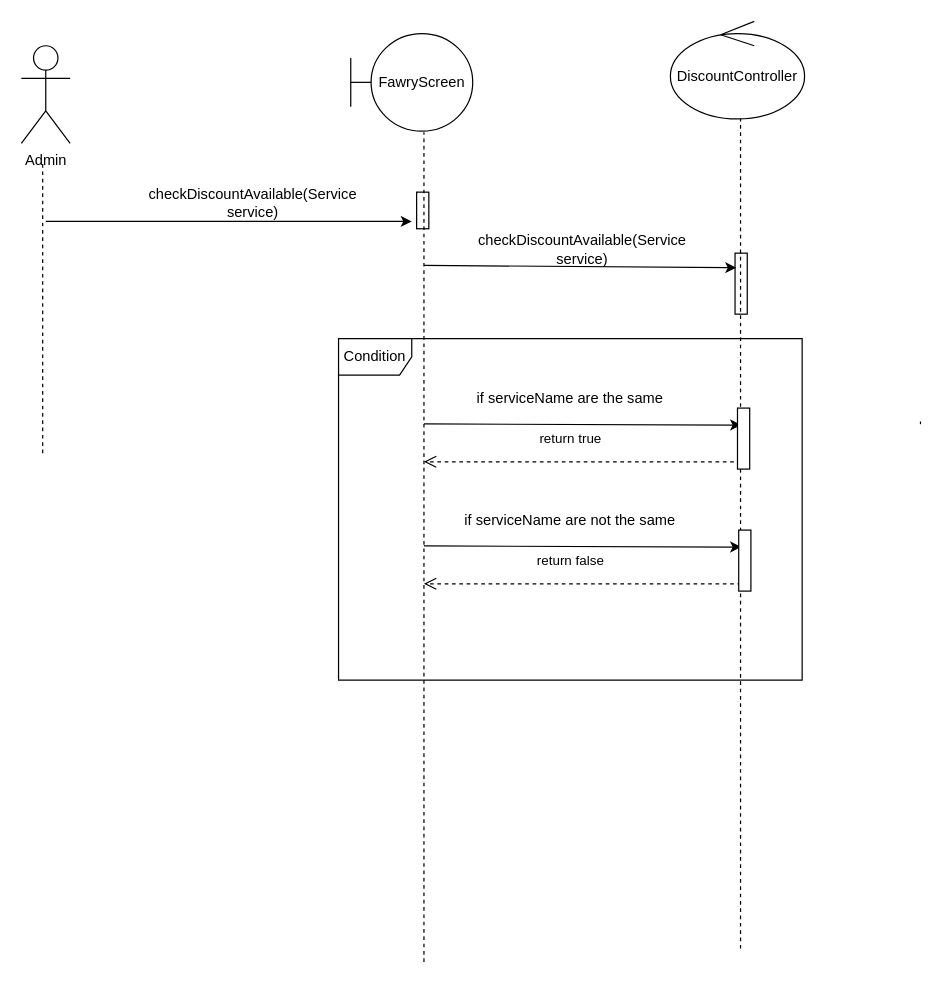
hazemadelkhalel/Fawry-System keeps this draw.io diagram as Design System/CheckDiscountsSequenceDiagram.drawio. Above is the earlier version. Source tidied: cells renumbered, new cells numbered last; positions are measured from the earlier drawing's top-left corner, leaving out a move shared by most shapes. Both pictures are drawn from the tidied source at 122%, with x=0, y=0 at pixel (21, 21).
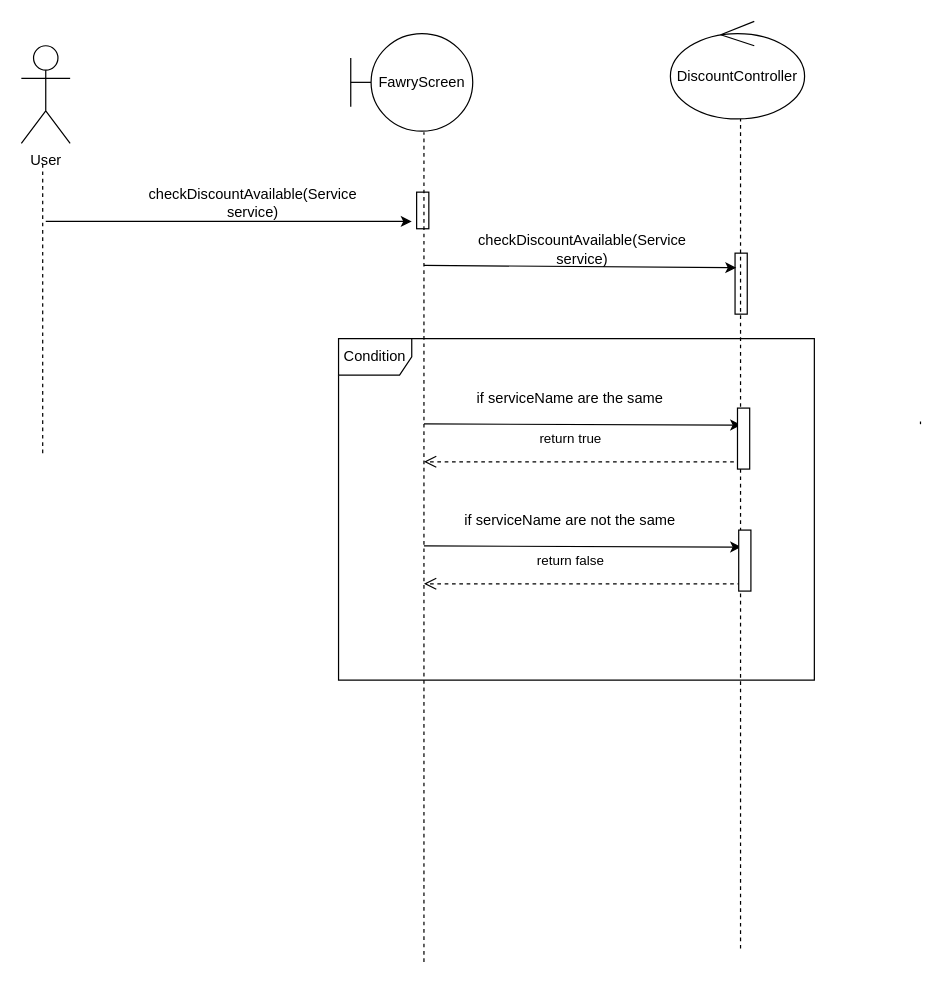
The same diagram, later.

Commit message:
Editted the CheckDiscount sequence diagram

The edit, as a diff of the source:
```diff
@@
-    <mxCell id="2" value="Admin&lt;br&gt;" style="shape=umlActor;verticalLabelPosition=bottom;verticalAlign=top;html=1;" parent="1" vertex="1">
+    <mxCell id="2" value="User" style="shape=umlActor;verticalLabelPosition=bottom;verticalAlign=top;html=1;" parent="1" vertex="1">
       <mxGeometry y="20" width="40" height="80" as="geometry" />
     </mxCell>
@@
     <mxCell id="21" value="Condition" style="shape=umlFrame;whiteSpace=wrap;html=1;" parent="1" vertex="1">
-      <mxGeometry x="260" y="260" width="380" height="280" as="geometry" />
+      <mxGeometry x="260" y="260" width="390" height="280" as="geometry" />
     </mxCell>
```
